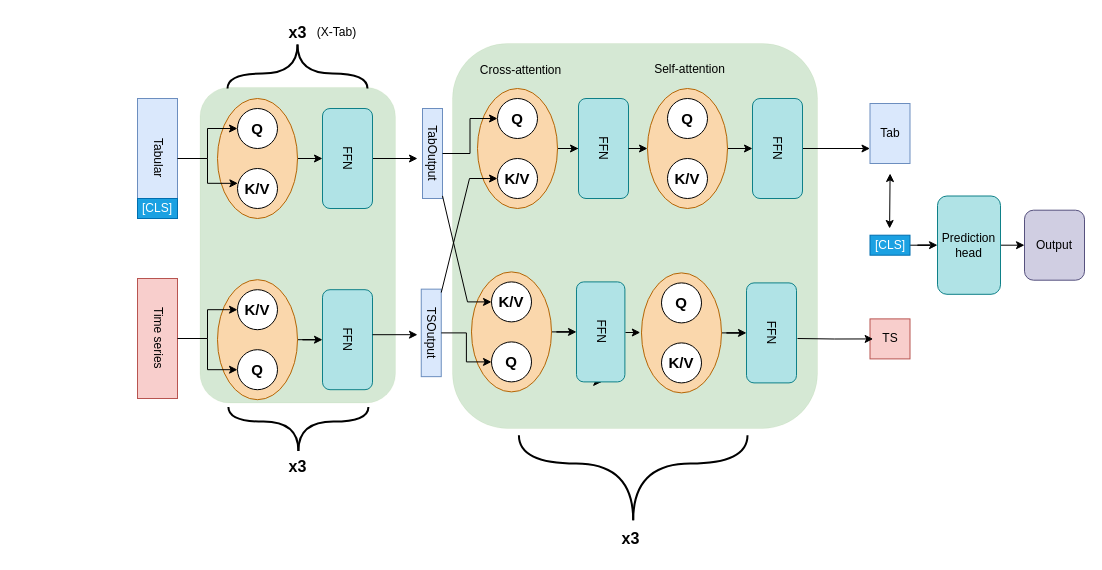
Above: CrossXTab_did.drawio in Jeremstym/MulModVM (draw.io), before the change. Source tidied: cells renumbered, new cells numbered last; positions are measured from the earlier drawing's top-left corner, leaving out a move shared by most shapes. Both pictures are drawn from the tidied source at 100%, with x=0, y=0 at pixel (137, 17).
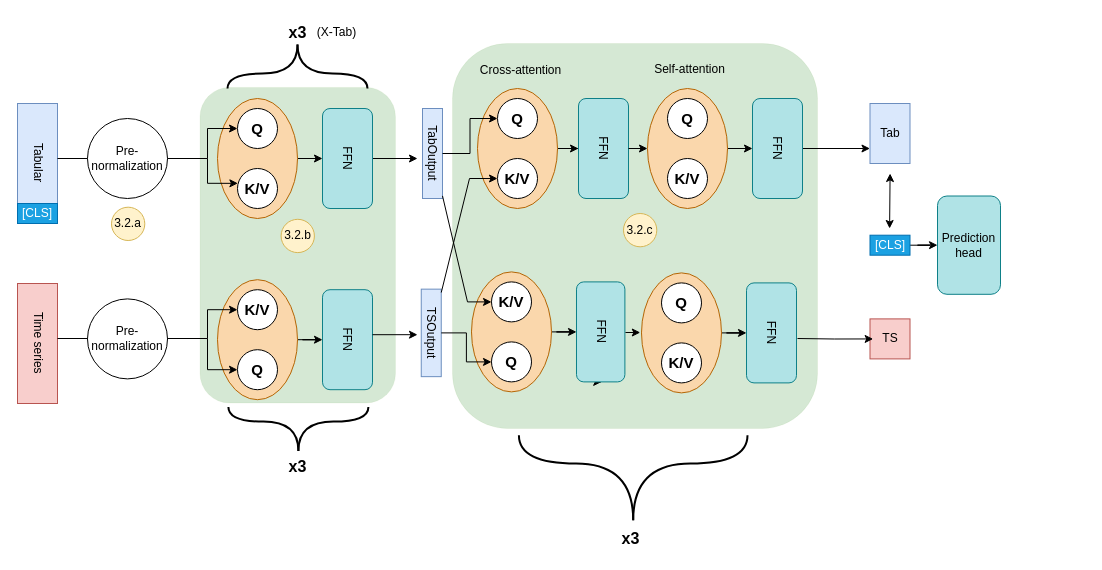
The same diagram, later.

Commit message:
Add prenorm and details

The change refers to these unchanged cells:
```xml
<mxCell id="8" value="&lt;font size=&quot;1&quot;&gt;&lt;b style=&quot;font-size: 15px;&quot;&gt;Q&lt;/b&gt;&lt;/font&gt;" style="ellipse;whiteSpace=wrap;html=1;" parent="1" vertex="1">
  <mxGeometry x="100" y="91" width="40" height="40" as="geometry" />
</mxCell>
<mxCell id="12" value="&lt;font size=&quot;1&quot;&gt;&lt;b style=&quot;font-size: 15px;&quot;&gt;K/V&lt;/b&gt;&lt;/font&gt;" style="ellipse;whiteSpace=wrap;html=1;" parent="1" vertex="1">
  <mxGeometry x="100" y="272.2" width="40" height="40" as="geometry" />
</mxCell>
<mxCell id="28" value="Prediction head" style="rounded=1;whiteSpace=wrap;html=1;rotation=0;fillColor=#b0e3e6;strokeColor=#0e8088;" parent="1" vertex="1">
  <mxGeometry x="800" y="178.5" width="63" height="98.3" as="geometry" />
</mxCell>
```

What changed in the source:
```diff
@@
     <mxCell id="4" value="Time series" style="rounded=0;whiteSpace=wrap;html=1;direction=south;textDirection=vertical-rl;fillColor=#f8cecc;strokeColor=#b85450;" parent="1" vertex="1">
-      <mxGeometry y="261" width="40" height="120" as="geometry" />
+      <mxGeometry x="-120" y="266" width="40" height="120" as="geometry" />
     </mxCell>
     <mxCell id="5" value="Tabular" style="rounded=0;whiteSpace=wrap;html=1;direction=south;textDirection=vertical-lr;fillColor=#dae8fc;strokeColor=#6c8ebf;" parent="1" vertex="1">
-      <mxGeometry y="81" width="40" height="120" as="geometry" />
+      <mxGeometry x="-120" y="86" width="40" height="120" as="geometry" />
     </mxCell>
@@
     <mxCell id="17" value="[CLS]" style="rounded=0;whiteSpace=wrap;html=1;fillColor=#1ba1e2;fontColor=#ffffff;strokeColor=#006EAF;" parent="1" vertex="1">
-      <mxGeometry y="181" width="40" height="20" as="geometry" />
+      <mxGeometry x="-120" y="186" width="40" height="20" as="geometry" />
     </mxCell>
@@
-    <mxCell id="27" style="edgeStyle=orthogonalEdgeStyle;rounded=0;jettySize=auto;html=1;entryX=0;entryY=0.5;entryDx=0;entryDy=0;" parent="1" edge="1" source="28" target="29">
-      <mxGeometry relative="1" as="geometry" />
-    </mxCell>
@@
-    <mxCell id="29" value="Output" style="rounded=1;whiteSpace=wrap;html=1;fillColor=#d0cee2;strokeColor=#56517e;shadow=0;" parent="1" vertex="1">
-      <mxGeometry x="887" y="192.7" width="60" height="70" as="geometry" />
-    </mxCell>
@@
     <mxCell id="66" style="edgeStyle=orthogonalEdgeStyle;rounded=0;jettySize=auto;html=1;entryX=0;entryY=0.5;entryDx=0;entryDy=0;" parent="1" edge="1" source="4" target="12">
-      <mxGeometry relative="1" as="geometry" />
+      <mxGeometry relative="1" as="geometry">
+        <Array as="points">
+          <mxPoint x="70" y="321" />
+          <mxPoint x="70" y="292" />
+        </Array>
+      </mxGeometry>
     </mxCell>
@@
     <mxCell id="68" style="edgeStyle=orthogonalEdgeStyle;rounded=0;jettySize=auto;html=1;" parent="1" edge="1" source="5" target="8">
-      <mxGeometry relative="1" as="geometry" />
+      <mxGeometry relative="1" as="geometry">
+        <Array as="points">
+          <mxPoint x="70" y="141" />
+          <mxPoint x="70" y="111" />
+        </Array>
+      </mxGeometry>
     </mxCell>
@@
+    <mxCell id="79" value="Pre-normalization" style="ellipse;whiteSpace=wrap;html=1;" parent="1" vertex="1">
+      <mxGeometry x="-50" y="281.4" width="80" height="80" as="geometry" />
+    </mxCell>
+    <mxCell id="80" value="Pre-normalization" style="ellipse;whiteSpace=wrap;html=1;" parent="1" vertex="1">
+      <mxGeometry x="-50" y="101" width="80" height="80" as="geometry" />
+    </mxCell>
+    <mxCell id="81" value="3.2.a" style="ellipse;whiteSpace=wrap;html=1;fillColor=#fff2cc;strokeColor=#d6b656;" parent="1" vertex="1">
+      <mxGeometry x="-26" y="189.7" width="33.3" height="33.3" as="geometry" />
+    </mxCell>
+    <mxCell id="82" value="3.2.b" style="ellipse;whiteSpace=wrap;html=1;fillColor=#fff2cc;strokeColor=#d6b656;" parent="1" vertex="1">
+      <mxGeometry x="143.6" y="201.8" width="33.3" height="33.3" as="geometry" />
+    </mxCell>
+    <mxCell id="83" value="3.2.c" style="ellipse;whiteSpace=wrap;html=1;fillColor=#fff2cc;strokeColor=#d6b656;" parent="1" vertex="1">
+      <mxGeometry x="486" y="196" width="33.3" height="33.3" as="geometry" />
+    </mxCell>
```
